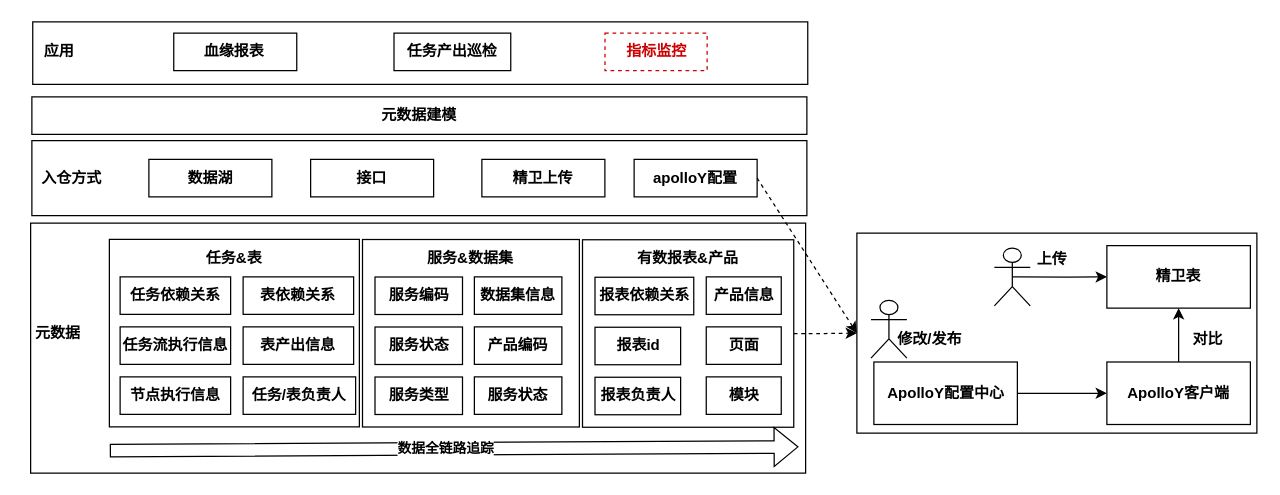
Before: 大麦任务监控.drawio in mineminemine123/work-wiki, a draw.io diagram. Source tidied: cells renumbered, new cells numbered last; positions are measured from the earlier drawing's top-left corner, leaving out a move shared by most shapes. Both pictures are drawn from the tidied source at 125%, with x=0, y=0 at pixel (20, 21).
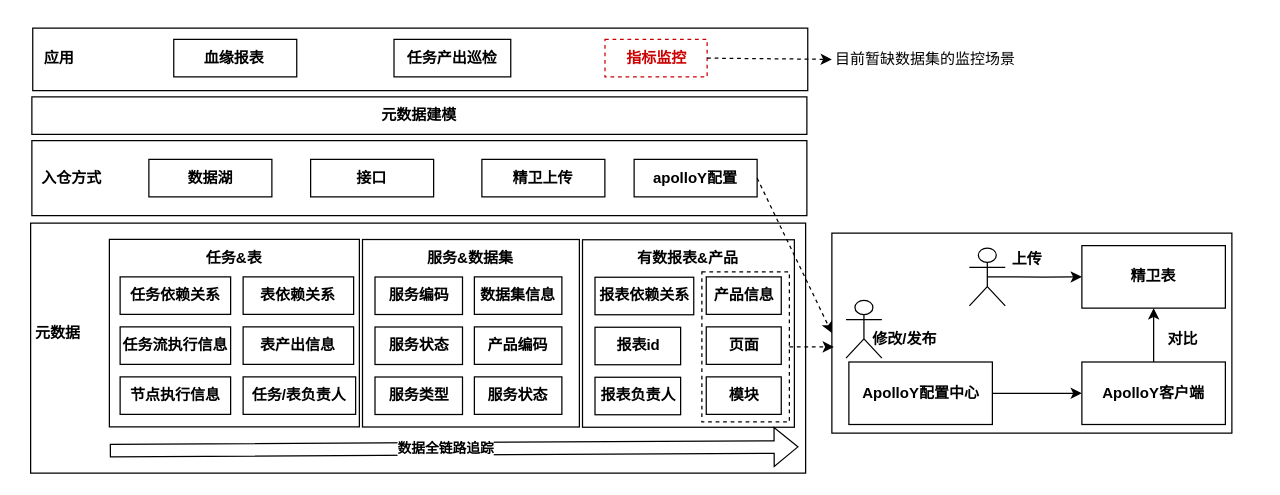
The same page after the edit.

Commit message:
更新大麦任务监控.drawio

The change refers to these unchanged cells:
```xml
<mxCell id="31" value="&lt;h4&gt;apolloY配置&lt;/h4&gt;" style="rounded=0;whiteSpace=wrap;html=1;fontFamily=微软雅黑;fillColor=none;strokeColor=default;" parent="1" vertex="1">
  <mxGeometry x="490.8" y="110" width="98.4" height="30" as="geometry" />
</mxCell>
<mxCell id="52" style="shape=flexArrow;endArrow=classic;html=1;rounded=0;fontFamily=微软雅黑;" parent="1" edge="1">
  <mxGeometry relative="1" as="geometry">
    <mxPoint x="71.3" y="343" as="sourcePoint" />
    <mxPoint x="622.3" y="340" as="targetPoint" />
  </mxGeometry>
</mxCell>
```

Change to the diagram source:
```diff
@@
     <mxCell id="3" value="&lt;h4&gt;&lt;br&gt;&lt;/h4&gt;" style="rounded=0;whiteSpace=wrap;html=1;fontFamily=微软雅黑;" parent="1" vertex="1">
-      <mxGeometry x="9.7" width="620" height="50" as="geometry" />
+      <mxGeometry x="9.7" y="5" width="620" height="50" as="geometry" />
     </mxCell>
     <mxCell id="4" value="&lt;h4&gt;血缘报表&lt;/h4&gt;" style="rounded=0;whiteSpace=wrap;html=1;fontFamily=微软雅黑;" parent="1" vertex="1">
-      <mxGeometry x="122.5" y="9" width="98.4" height="30" as="geometry" />
+      <mxGeometry x="122.5" y="14" width="98.4" height="30" as="geometry" />
     </mxCell>
     <mxCell id="5" value="&lt;h4&gt;任务产出巡检&lt;/h4&gt;" style="rounded=0;whiteSpace=wrap;html=1;fontFamily=微软雅黑;" parent="1" vertex="1">
-      <mxGeometry x="298.7" y="9" width="93.4" height="30" as="geometry" />
+      <mxGeometry x="298.7" y="14" width="93.4" height="30" as="geometry" />
     </mxCell>
-    <mxCell id="6" style="edgeStyle=orthogonalEdgeStyle;rounded=0;jettySize=auto;html=1;exitX=1;exitY=0.5;exitDx=0;exitDy=0;dashed=1;" parent="1" edge="1" source="7" target="36">
-      <mxGeometry relative="1" as="geometry" />
-    </mxCell>
     <mxCell id="7" value="&lt;h4&gt;&lt;br&gt;&lt;/h4&gt;" style="rounded=0;whiteSpace=wrap;html=1;fontFamily=微软雅黑;" parent="1" vertex="1">
-      <mxGeometry x="449.5" y="174.3" width="169" height="150" as="geometry" />
+      <mxGeometry x="449.5" y="174.3" width="169.5" height="150" as="geometry" />
     </mxCell>
@@
     <mxCell id="26" value="&lt;h4&gt;&lt;font color=&quot;#cc0000&quot;&gt;指标监控&lt;/font&gt;&lt;/h4&gt;" style="rounded=0;whiteSpace=wrap;html=1;fontFamily=微软雅黑;fillColor=none;strokeColor=#CC0000;dashed=1;" parent="1" vertex="1">
-      <mxGeometry x="467.5" y="9" width="81.7" height="30" as="geometry" />
+      <mxGeometry x="467.5" y="14" width="81.7" height="30" as="geometry" />
     </mxCell>
@@
     <mxCell id="33" value="应用" style="text;html=1;strokeColor=none;fillColor=none;align=center;verticalAlign=middle;whiteSpace=wrap;rounded=0;fontStyle=1;fontFamily=微软雅黑;" parent="1" vertex="1">
-      <mxGeometry x="1" y="9" width="60" height="30" as="geometry" />
+      <mxGeometry x="1" y="14" width="60" height="30" as="geometry" />
     </mxCell>
@@
-    <mxCell id="36" style="rounded=0;whiteSpace=wrap;html=1;" parent="1" vertex="1">
-      <mxGeometry x="669" y="169" width="320" height="160" as="geometry" />
+    <mxCell id="36" style="rounded=0;whiteSpace=wrap;html=1;fontFamily=微软雅黑;" parent="1" vertex="1">
+      <mxGeometry x="649" y="169" width="320" height="160" as="geometry" />
     </mxCell>
-    <mxCell id="37" style="edgeStyle=orthogonalEdgeStyle;rounded=0;jettySize=auto;html=1;exitX=1;exitY=0.5;exitDx=0;exitDy=0;" parent="1" edge="1" source="38" target="42">
+    <mxCell id="37" style="edgeStyle=orthogonalEdgeStyle;rounded=0;jettySize=auto;html=1;exitX=1;exitY=0.5;exitDx=0;exitDy=0;fontFamily=微软雅黑;" parent="1" edge="1" source="38" target="42">
       <mxGeometry relative="1" as="geometry" />
     </mxCell>
     <mxCell id="38" value="&lt;h4&gt;ApolloY配置中心&lt;/h4&gt;" style="rounded=0;whiteSpace=wrap;html=1;fontFamily=微软雅黑;" parent="1" vertex="1">
-      <mxGeometry x="682.6" y="272.1" width="114.8" height="50" as="geometry" />
+      <mxGeometry x="662.6" y="272.1" width="114.8" height="50" as="geometry" />
     </mxCell>
     <mxCell id="39" value="&lt;h4&gt;修改/发布&lt;/h4&gt;" style="text;html=1;strokeColor=none;fillColor=none;align=center;verticalAlign=middle;whiteSpace=wrap;rounded=0;fontFamily=微软雅黑;" parent="1" vertex="1">
-      <mxGeometry x="699" y="242.4" width="57.4" height="23.1" as="geometry" />
+      <mxGeometry x="679" y="242.4" width="57.4" height="23.1" as="geometry" />
     </mxCell>
     <mxCell id="40" style="shape=umlActor;verticalLabelPosition=bottom;verticalAlign=top;html=1;fontFamily=微软雅黑;" parent="1" vertex="1">
-      <mxGeometry x="680.3" y="222.7" width="28.7" height="46.3" as="geometry" />
+      <mxGeometry x="660.3" y="222.7" width="28.7" height="46.3" as="geometry" />
     </mxCell>
-    <mxCell id="41" style="edgeStyle=orthogonalEdgeStyle;rounded=0;jettySize=auto;html=1;exitX=0.5;exitY=0;exitDx=0;exitDy=0;" parent="1" edge="1" source="42" target="43">
+    <mxCell id="41" style="edgeStyle=orthogonalEdgeStyle;rounded=0;jettySize=auto;html=1;exitX=0.5;exitY=0;exitDx=0;exitDy=0;fontFamily=微软雅黑;" parent="1" edge="1" source="42" target="43">
       <mxGeometry relative="1" as="geometry" />
     </mxCell>
     <mxCell id="42" value="&lt;h4&gt;ApolloY客户端&lt;/h4&gt;" style="rounded=0;whiteSpace=wrap;html=1;fontFamily=微软雅黑;" parent="1" vertex="1">
-      <mxGeometry x="869" y="272.1" width="114.8" height="50" as="geometry" />
+      <mxGeometry x="849" y="272.1" width="114.8" height="50" as="geometry" />
     </mxCell>
     <mxCell id="43" value="&lt;h4&gt;精卫表&lt;/h4&gt;" style="rounded=0;whiteSpace=wrap;html=1;fontFamily=微软雅黑;" parent="1" vertex="1">
-      <mxGeometry x="869" y="179" width="114.8" height="50" as="geometry" />
+      <mxGeometry x="849" y="179" width="114.8" height="50" as="geometry" />
     </mxCell>
-    <mxCell id="44" style="edgeStyle=orthogonalEdgeStyle;rounded=0;jettySize=auto;html=1;exitX=0.5;exitY=0.5;exitDx=0;exitDy=0;exitPerimeter=0;" parent="1" edge="1" source="45" target="43">
+    <mxCell id="44" style="edgeStyle=orthogonalEdgeStyle;rounded=0;jettySize=auto;html=1;exitX=0.5;exitY=0.5;exitDx=0;exitDy=0;exitPerimeter=0;fontFamily=微软雅黑;" parent="1" edge="1" source="45" target="43">
       <mxGeometry relative="1" as="geometry" />
     </mxCell>
     <mxCell id="45" style="shape=umlActor;verticalLabelPosition=bottom;verticalAlign=top;html=1;outlineConnect=0;fontFamily=微软雅黑;" parent="1" vertex="1">
-      <mxGeometry x="779" y="180.9" width="28.7" height="46.3" as="geometry" />
+      <mxGeometry x="759" y="180.9" width="28.7" height="46.3" as="geometry" />
     </mxCell>
     <mxCell id="46" value="&lt;h4&gt;上传&lt;/h4&gt;" style="text;html=1;strokeColor=none;fillColor=none;align=center;verticalAlign=middle;whiteSpace=wrap;rounded=0;fontFamily=微软雅黑;" parent="1" vertex="1">
-      <mxGeometry x="797.4" y="178" width="57.4" height="23.1" as="geometry" />
+      <mxGeometry x="777.4" y="178" width="57.4" height="23.1" as="geometry" />
     </mxCell>
     <mxCell id="47" value="对比" style="text;html=1;strokeColor=none;fillColor=none;align=center;verticalAlign=middle;whiteSpace=wrap;rounded=0;fontFamily=微软雅黑;fontStyle=1;" parent="1" vertex="1">
-      <mxGeometry x="919.7" y="239" width="60" height="30" as="geometry" />
+      <mxGeometry x="899.7" y="239" width="60" height="30" as="geometry" />
     </mxCell>
@@
-    <mxCell id="53" value="&lt;font face=&quot;微软雅黑&quot;&gt;&lt;b&gt;数据全链路追踪&lt;/b&gt;&lt;/font&gt;" style="edgeLabel;html=1;align=center;verticalAlign=middle;" parent="52" vertex="1">
+    <mxCell id="53" value="&lt;font&gt;&lt;b&gt;数据全链路追踪&lt;/b&gt;&lt;/font&gt;" style="edgeLabel;html=1;align=center;verticalAlign=middle;fontFamily=微软雅黑;" parent="52" vertex="1">
       <mxGeometry x="0.28" y="1" relative="1" as="geometry">
         <mxPoint x="-85" as="offset" />
       </mxGeometry>
     </mxCell>
@@
-    <mxCell id="55" style="endArrow=classic;html=1;rounded=0;exitX=1;exitY=0.5;exitDx=0;exitDy=0;entryX=0;entryY=0.5;entryDx=0;entryDy=0;dashed=1;" parent="1" edge="1" source="31" target="36">
+    <mxCell id="55" style="endArrow=classic;html=1;rounded=0;exitX=1;exitY=0.5;exitDx=0;exitDy=0;entryX=0;entryY=0.5;entryDx=0;entryDy=0;dashed=1;fontFamily=微软雅黑;" parent="1" edge="1" source="31" target="36">
       <mxGeometry relative="1" as="geometry" />
     </mxCell>
+    <mxCell id="56" style="rounded=0;whiteSpace=wrap;html=1;fillColor=none;dashed=1;fontFamily=微软雅黑;" parent="1" vertex="1">
+      <mxGeometry x="545" y="200" width="70" height="120" as="geometry" />
+    </mxCell>
+    <mxCell id="57" style="edgeStyle=orthogonalEdgeStyle;rounded=0;jettySize=auto;html=1;exitX=1;exitY=0.5;exitDx=0;exitDy=0;entryX=0.005;entryY=0.565;entryDx=0;entryDy=0;entryPerimeter=0;dashed=1;fontFamily=微软雅黑;" parent="1" edge="1" source="56" target="36">
+      <mxGeometry relative="1" as="geometry" />
+    </mxCell>
+    <mxCell id="58" style="endArrow=classic;html=1;rounded=0;exitX=1;exitY=0.5;exitDx=0;exitDy=0;entryX=0;entryY=0.5;entryDx=0;entryDy=0;dashed=1;fontFamily=微软雅黑;" parent="1" edge="1" source="26">
+      <mxGeometry relative="1" as="geometry">
+        <mxPoint x="649" y="30" as="targetPoint" />
+      </mxGeometry>
+    </mxCell>
+    <mxCell id="59" value="目前暂缺数据集的监控场景" style="text;html=1;strokeColor=none;fillColor=none;align=center;verticalAlign=middle;whiteSpace=wrap;rounded=0;fontFamily=微软雅黑;" parent="1" vertex="1">
+      <mxGeometry x="649" y="15" width="150" height="30" as="geometry" />
+    </mxCell>
```
